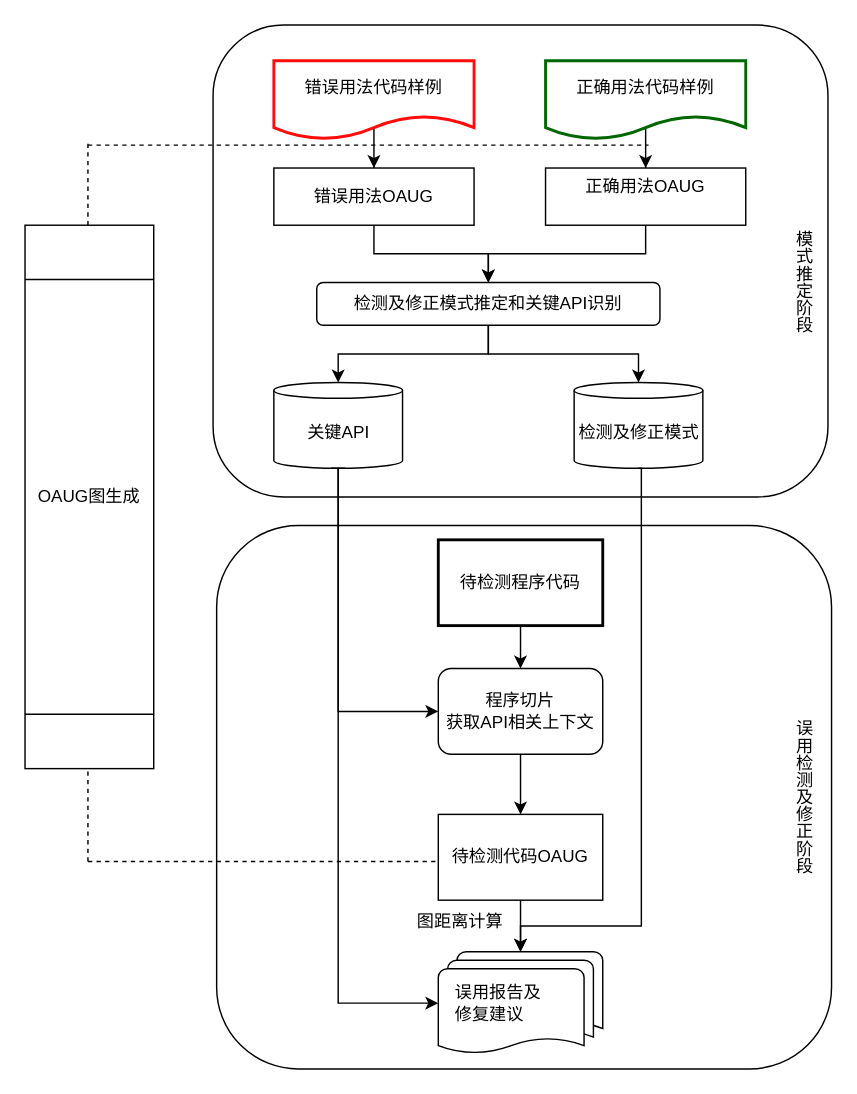
Above: 整体架构24.drawio in ToJ112/pic-md (draw.io), before the change. Source tidied: cells renumbered, new cells numbered last; positions are measured from the earlier drawing's top-left corner, leaving out a move shared by most shapes. Both pictures are drawn from the tidied source at 143%, with x=0, y=0 at pixel (24, 24).
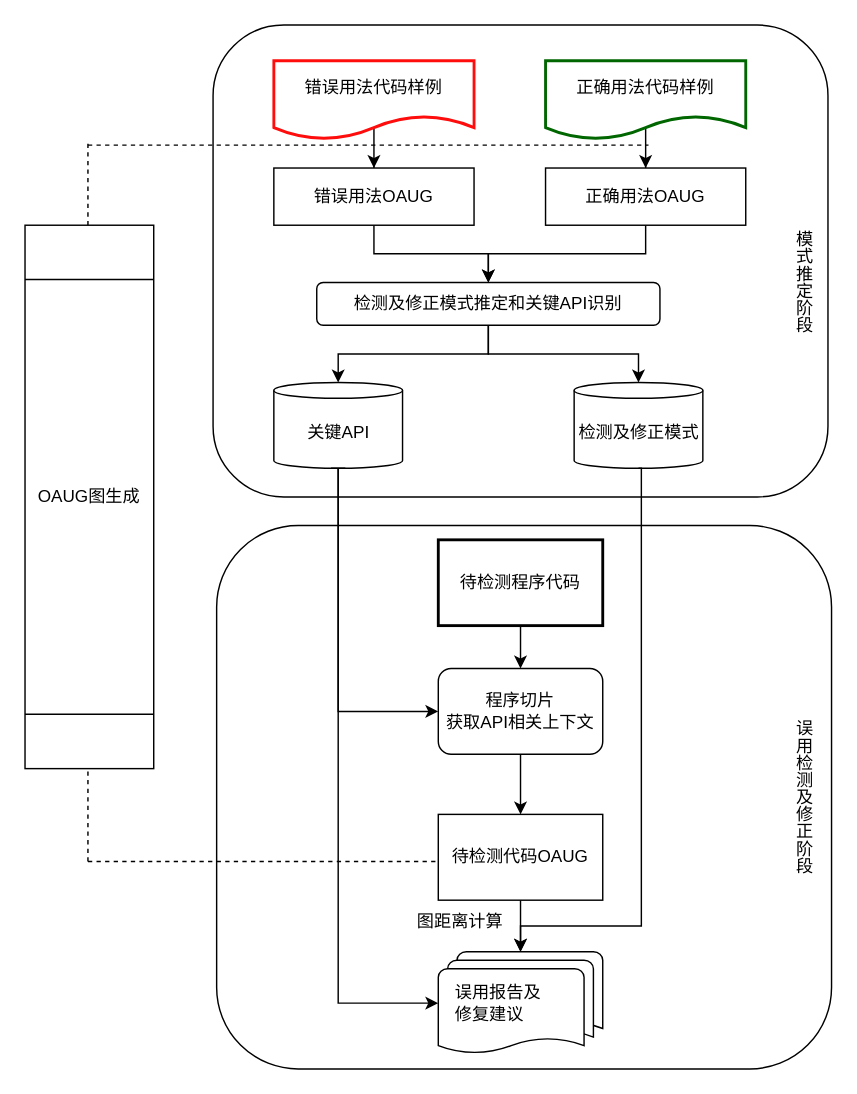
After the change.

Commit message:
更新整体架构24.drawio

Diff of the diagram source:
```diff
@@
-    <mxCell id="21" value="正确用法OAUG&lt;div&gt;&lt;br&gt;&lt;/div&gt;" style="whiteSpace=wrap;html=1;" parent="1" vertex="1">
+    <mxCell id="21" value="正确用法OAUG" style="whiteSpace=wrap;html=1;" parent="1" vertex="1">
       <mxGeometry x="364" y="100" width="140" height="40" as="geometry" />
     </mxCell>
```
